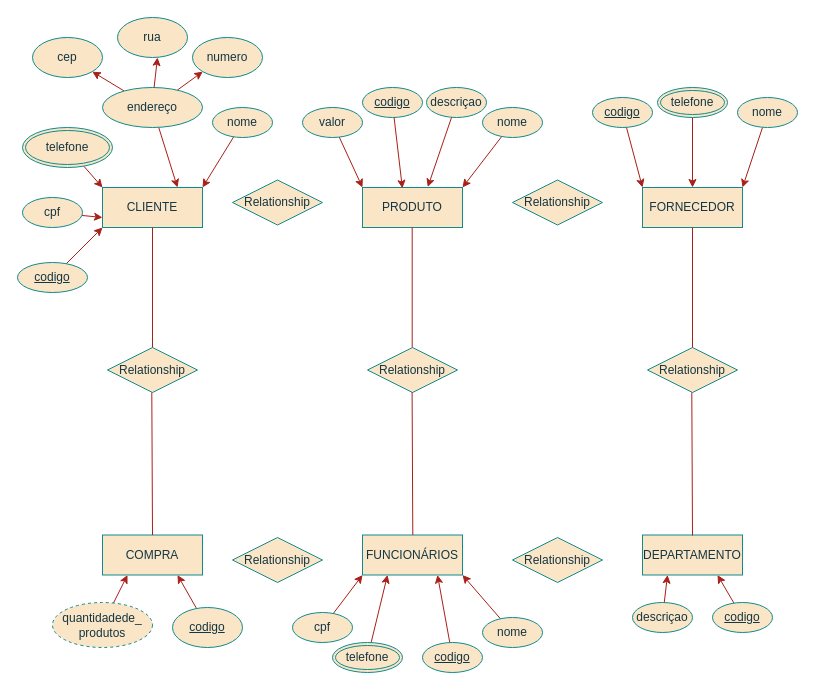
This is Diagrama sem nome.drawio from kennyendersen/uc1-back-end, a draw.io file, before an edit. Source tidied: cells renumbered, new cells numbered last; positions are measured from the earlier drawing's top-left corner, leaving out a move shared by most shapes. Both pictures are drawn from the tidied source at 100%, with x=0, y=0 at pixel (17, 17).
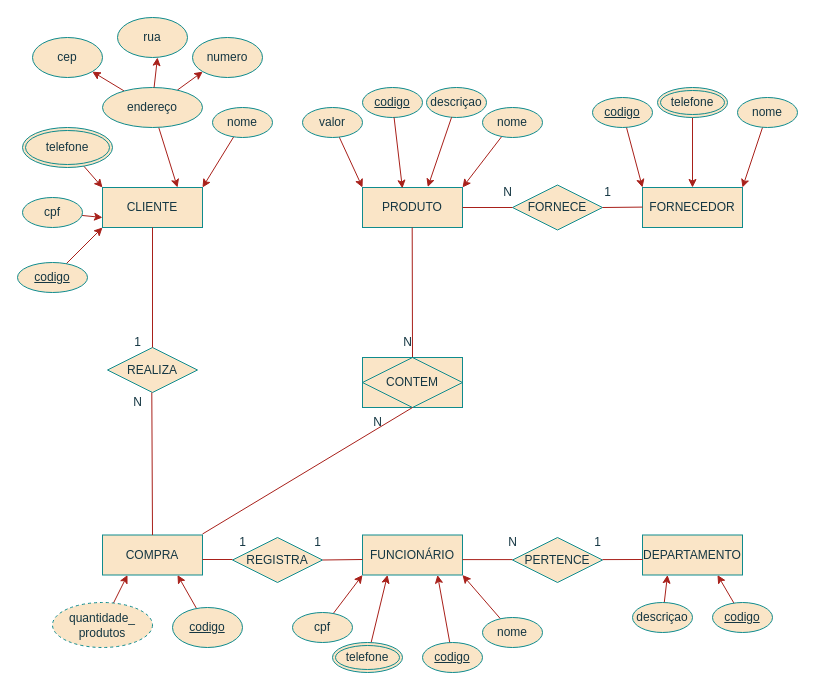
The same page after the edit.

What changed in the source:
```diff
@@
-    <mxCell id="3" value="FUNCIONÁRIOS" style="whiteSpace=wrap;html=1;align=center;fontColor=#143642;strokeColor=#0F8B8D;fillColor=#FAE5C7;rounded=0;labelBackgroundColor=none;" parent="1" vertex="1">
+    <mxCell id="3" value="FUNCIONÁRIO" style="whiteSpace=wrap;html=1;align=center;fontColor=#143642;strokeColor=#0F8B8D;fillColor=#FAE5C7;rounded=0;labelBackgroundColor=none;" parent="1" vertex="1">
       <mxGeometry x="345" y="517.5" width="100" height="40" as="geometry" />
     </mxCell>
@@
-    <mxCell id="17" value="quantidadede_&lt;br&gt;produtos" style="ellipse;whiteSpace=wrap;html=1;align=center;dashed=1;rounded=0;labelBackgroundColor=none;fillColor=#FAE5C7;strokeColor=#0F8B8D;fontColor=#143642;" parent="1" vertex="1">
+    <mxCell id="17" value="quantidade_&lt;br&gt;produtos" style="ellipse;whiteSpace=wrap;html=1;align=center;dashed=1;rounded=0;labelBackgroundColor=none;fillColor=#FAE5C7;strokeColor=#0F8B8D;fontColor=#143642;" parent="1" vertex="1">
       <mxGeometry x="35" y="585" width="100" height="45" as="geometry" />
     </mxCell>
@@
-    <mxCell id="52" value="Relationship" style="shape=rhombus;perimeter=rhombusPerimeter;whiteSpace=wrap;html=1;align=center;strokeColor=#0F8B8D;fontColor=#143642;fillColor=#FAE5C7;rotation=0;rounded=0;labelBackgroundColor=none;" parent="1" vertex="1">
-      <mxGeometry x="215" y="162.5" width="90" height="45" as="geometry" />
-    </mxCell>
-    <mxCell id="53" value="Relationship" style="shape=rhombus;perimeter=rhombusPerimeter;whiteSpace=wrap;html=1;align=center;strokeColor=#0F8B8D;fontColor=#143642;fillColor=#FAE5C7;rotation=0;rounded=0;labelBackgroundColor=none;" parent="1" vertex="1">
-      <mxGeometry x="350" y="330" width="90" height="45" as="geometry" />
-    </mxCell>
-    <mxCell id="54" value="Relationship" style="shape=rhombus;perimeter=rhombusPerimeter;whiteSpace=wrap;html=1;align=center;strokeColor=#0F8B8D;fontColor=#143642;fillColor=#FAE5C7;rotation=0;rounded=0;labelBackgroundColor=none;" parent="1" vertex="1">
+    <mxCell id="54" value="REALIZA" style="shape=rhombus;perimeter=rhombusPerimeter;whiteSpace=wrap;html=1;align=center;strokeColor=#0F8B8D;fontColor=#143642;fillColor=#FAE5C7;rotation=0;rounded=0;labelBackgroundColor=none;" parent="1" vertex="1">
       <mxGeometry x="90" y="330" width="90" height="45" as="geometry" />
     </mxCell>
-    <mxCell id="55" value="Relationship" style="shape=rhombus;perimeter=rhombusPerimeter;whiteSpace=wrap;html=1;align=center;strokeColor=#0F8B8D;fontColor=#143642;fillColor=#FAE5C7;rotation=0;rounded=0;labelBackgroundColor=none;" parent="1" vertex="1">
-      <mxGeometry x="495" y="162.5" width="90" height="45" as="geometry" />
+    <mxCell id="55" value="FORNECE" style="shape=rhombus;perimeter=rhombusPerimeter;whiteSpace=wrap;html=1;align=center;strokeColor=#0F8B8D;fontColor=#143642;fillColor=#FAE5C7;rotation=0;rounded=0;labelBackgroundColor=none;" parent="1" vertex="1">
+      <mxGeometry x="495" y="167.5" width="90" height="45" as="geometry" />
     </mxCell>
-    <mxCell id="56" value="Relationship" style="shape=rhombus;perimeter=rhombusPerimeter;whiteSpace=wrap;html=1;align=center;strokeColor=#0F8B8D;fontColor=#143642;fillColor=#FAE5C7;rotation=0;rounded=0;labelBackgroundColor=none;" parent="1" vertex="1">
+    <mxCell id="56" value="PERTENCE" style="shape=rhombus;perimeter=rhombusPerimeter;whiteSpace=wrap;html=1;align=center;strokeColor=#0F8B8D;fontColor=#143642;fillColor=#FAE5C7;rotation=0;rounded=0;labelBackgroundColor=none;" parent="1" vertex="1">
       <mxGeometry x="495" y="520" width="90" height="45" as="geometry" />
     </mxCell>
-    <mxCell id="57" value="Relationship" style="shape=rhombus;perimeter=rhombusPerimeter;whiteSpace=wrap;html=1;align=center;strokeColor=#0F8B8D;fontColor=#143642;fillColor=#FAE5C7;rotation=0;rounded=0;labelBackgroundColor=none;" parent="1" vertex="1">
+    <mxCell id="57" value="REGISTRA" style="shape=rhombus;perimeter=rhombusPerimeter;whiteSpace=wrap;html=1;align=center;strokeColor=#0F8B8D;fontColor=#143642;fillColor=#FAE5C7;rotation=0;rounded=0;labelBackgroundColor=none;" parent="1" vertex="1">
       <mxGeometry x="215" y="520" width="90" height="45" as="geometry" />
     </mxCell>
-    <mxCell id="58" value="Relationship" style="shape=rhombus;perimeter=rhombusPerimeter;whiteSpace=wrap;html=1;align=center;strokeColor=#0F8B8D;fontColor=#143642;fillColor=#FAE5C7;rotation=0;rounded=0;labelBackgroundColor=none;" parent="1" vertex="1">
-      <mxGeometry x="630" y="330" width="90" height="45" as="geometry" />
-    </mxCell>
@@
-    <mxCell id="63" style="endArrow=none;html=1;rounded=0;entryX=0.5;entryY=0;entryDx=0;entryDy=0;exitX=0.5;exitY=1;exitDx=0;exitDy=0;labelBackgroundColor=none;strokeColor=#A8201A;fontColor=default;" parent="1" edge="1">
-      <mxGeometry relative="1" as="geometry">
-        <mxPoint x="675" y="210" as="sourcePoint" />
-        <mxPoint x="675" y="330" as="targetPoint" />
-      </mxGeometry>
-    </mxCell>
-    <mxCell id="64" style="endArrow=none;html=1;rounded=0;entryX=0.5;entryY=0;entryDx=0;entryDy=0;exitX=0.5;exitY=1;exitDx=0;exitDy=0;labelBackgroundColor=none;strokeColor=#A8201A;fontColor=default;" parent="1" edge="1">
+    <mxCell id="64" style="endArrow=none;html=1;rounded=0;entryX=0.5;entryY=0;entryDx=0;entryDy=0;exitX=0.5;exitY=1;exitDx=0;exitDy=0;labelBackgroundColor=none;strokeColor=#A8201A;fontColor=default;" parent="1" edge="1" target="72">
       <mxGeometry relative="1" as="geometry">
         <mxPoint x="394.7" y="210" as="sourcePoint" />
-        <mxPoint x="394.7" y="330" as="targetPoint" />
       </mxGeometry>
     </mxCell>
-    <mxCell id="65" style="endArrow=none;html=1;rounded=0;entryX=0.5;entryY=0;entryDx=0;entryDy=0;exitX=0.5;exitY=1;exitDx=0;exitDy=0;labelBackgroundColor=none;strokeColor=#A8201A;fontColor=default;" parent="1" edge="1">
-      <mxGeometry relative="1" as="geometry">
-        <mxPoint x="394.6" y="374.5" as="sourcePoint" />
-        <mxPoint x="395.3" y="517.5" as="targetPoint" />
-      </mxGeometry>
-    </mxCell>
-    <mxCell id="66" style="endArrow=none;html=1;rounded=0;entryX=0.5;entryY=0;entryDx=0;entryDy=0;exitX=0.5;exitY=1;exitDx=0;exitDy=0;labelBackgroundColor=none;strokeColor=#A8201A;fontColor=default;" parent="1" edge="1">
-      <mxGeometry relative="1" as="geometry">
-        <mxPoint x="674.3" y="375" as="sourcePoint" />
-        <mxPoint x="675" y="518" as="targetPoint" />
-      </mxGeometry>
-    </mxCell>
+    <mxCell id="67" style="endArrow=none;html=1;rounded=0;strokeColor=#A8201A;fontColor=#143642;fillColor=#FAE5C7;" parent="1" edge="1">
+      <mxGeometry relative="1" as="geometry">
+        <mxPoint x="445" y="190" as="sourcePoint" />
+        <mxPoint x="495" y="190" as="targetPoint" />
+      </mxGeometry>
+    </mxCell>
+    <mxCell id="68" style="endArrow=none;html=1;rounded=0;strokeColor=#A8201A;fontColor=#143642;fillColor=#FAE5C7;exitX=1;exitY=0.5;exitDx=0;exitDy=0;" parent="1" edge="1" source="55">
+      <mxGeometry relative="1" as="geometry">
+        <mxPoint x="625" y="189.6" as="targetPoint" />
+      </mxGeometry>
+    </mxCell>
+    <mxCell id="69" style="endArrow=none;html=1;rounded=0;strokeColor=#A8201A;fontColor=#143642;fillColor=#FAE5C7;" parent="1" edge="1">
+      <mxGeometry relative="1" as="geometry">
+        <mxPoint x="445" y="542.1" as="sourcePoint" />
+        <mxPoint x="495" y="542.1" as="targetPoint" />
+      </mxGeometry>
+    </mxCell>
+    <mxCell id="70" style="endArrow=none;html=1;rounded=0;strokeColor=#A8201A;fontColor=#143642;fillColor=#FAE5C7;" parent="1" edge="1">
+      <mxGeometry relative="1" as="geometry">
+        <mxPoint x="585" y="542.1" as="sourcePoint" />
+        <mxPoint x="625" y="542" as="targetPoint" />
+      </mxGeometry>
+    </mxCell>
+    <mxCell id="71" style="endArrow=none;html=1;rounded=0;strokeColor=#A8201A;fontColor=#143642;fillColor=#FAE5C7;exitX=1;exitY=0.5;exitDx=0;exitDy=0;" parent="1" edge="1" source="57">
+      <mxGeometry relative="1" as="geometry">
+        <mxPoint x="345" y="542" as="targetPoint" />
+      </mxGeometry>
+    </mxCell>
+    <mxCell id="72" value="CONTEM" style="shape=associativeEntity;whiteSpace=wrap;html=1;align=center;strokeColor=#0F8B8D;fontColor=#143642;fillColor=#FAE5C7;fontSize=12;" parent="1" vertex="1">
+      <mxGeometry x="345" y="340" width="100" height="50" as="geometry" />
+    </mxCell>
+    <mxCell id="73" style="endArrow=none;html=1;rounded=0;strokeColor=#A8201A;fontColor=#143642;fillColor=#FAE5C7;" parent="1" edge="1">
+      <mxGeometry relative="1" as="geometry">
+        <mxPoint x="185" y="542" as="sourcePoint" />
+        <mxPoint x="215" y="542" as="targetPoint" />
+      </mxGeometry>
+    </mxCell>
+    <mxCell id="74" style="endArrow=none;html=1;rounded=0;strokeColor=#A8201A;fontColor=#143642;fillColor=#FAE5C7;entryX=0.5;entryY=1;entryDx=0;entryDy=0;" parent="1" edge="1" target="72">
+      <mxGeometry relative="1" as="geometry">
+        <mxPoint x="185" y="516.5" as="sourcePoint" />
+      </mxGeometry>
+    </mxCell>
+    <mxCell id="75" value="N" style="text;html=1;align=center;verticalAlign=middle;strokeColor=none;fillColor=none;fontColor=#143642;" parent="1" vertex="1">
+      <mxGeometry x="105" y="370" width="30" height="30" as="geometry" />
+    </mxCell>
+    <mxCell id="76" value="1" style="text;html=1;align=center;verticalAlign=middle;strokeColor=none;fillColor=none;fontColor=#143642;" parent="1" vertex="1">
+      <mxGeometry x="105" y="310" width="30" height="30" as="geometry" />
+    </mxCell>
+    <mxCell id="77" value="N" style="text;html=1;align=center;verticalAlign=middle;strokeColor=none;fillColor=none;fontColor=#143642;" parent="1" vertex="1">
+      <mxGeometry x="345" y="390" width="30" height="30" as="geometry" />
+    </mxCell>
+    <mxCell id="78" value="N" style="text;html=1;align=center;verticalAlign=middle;strokeColor=none;fillColor=none;fontColor=#143642;" parent="1" vertex="1">
+      <mxGeometry x="375" y="310" width="30" height="30" as="geometry" />
+    </mxCell>
+    <mxCell id="79" value="1" style="text;html=1;align=center;verticalAlign=middle;strokeColor=none;fillColor=none;fontColor=#143642;" parent="1" vertex="1">
+      <mxGeometry x="210" y="510" width="30" height="30" as="geometry" />
+    </mxCell>
+    <mxCell id="80" value="1" style="text;html=1;align=center;verticalAlign=middle;strokeColor=none;fillColor=none;fontColor=#143642;" parent="1" vertex="1">
+      <mxGeometry x="285" y="510" width="30" height="30" as="geometry" />
+    </mxCell>
+    <mxCell id="81" value="1" style="text;html=1;align=center;verticalAlign=middle;strokeColor=none;fillColor=none;fontColor=#143642;" parent="1" vertex="1">
+      <mxGeometry x="565" y="510" width="30" height="30" as="geometry" />
+    </mxCell>
+    <mxCell id="82" value="N" style="text;html=1;align=center;verticalAlign=middle;strokeColor=none;fillColor=none;fontColor=#143642;" parent="1" vertex="1">
+      <mxGeometry x="480" y="510" width="30" height="30" as="geometry" />
+    </mxCell>
+    <mxCell id="83" value="1" style="text;html=1;align=center;verticalAlign=middle;strokeColor=none;fillColor=none;fontColor=#143642;" parent="1" vertex="1">
+      <mxGeometry x="575" y="160" width="30" height="30" as="geometry" />
+    </mxCell>
+    <mxCell id="84" value="N" style="text;html=1;align=center;verticalAlign=middle;strokeColor=none;fillColor=none;fontColor=#143642;" parent="1" vertex="1">
+      <mxGeometry x="475" y="160" width="30" height="30" as="geometry" />
+    </mxCell>
```
